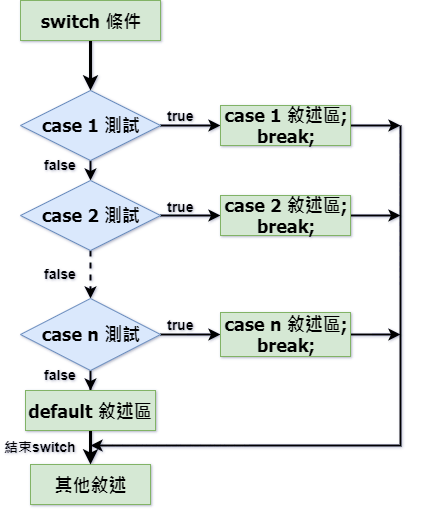
Zrn-coding/notebook keeps this draw.io diagram as switch.png. Above is the earlier version. Source tidied: cells renumbered, new cells last; positions are measured from the earlier drawing's top-left corner, leaving out a move shared by most shapes. Source of this version:
```xml
<mxGraphModel shadow="1">
  <root>
    <mxCell id="0" />
    <mxCell id="1" parent="0" />
    <mxCell id="2" style="edgeStyle=orthogonalEdgeStyle;rounded=0;jettySize=auto;html=1;entryX=0.5;entryY=0;entryDx=0;entryDy=0;strokeWidth=2;" parent="1" edge="1" source="4" target="8">
      <mxGeometry relative="1" as="geometry">
        <Array as="points">
          <mxPoint x="90" y="175" />
        </Array>
      </mxGeometry>
    </mxCell>
    <mxCell id="3" style="edgeStyle=orthogonalEdgeStyle;rounded=0;jettySize=auto;html=1;entryX=0;entryY=0.5;entryDx=0;entryDy=0;strokeWidth=2;" parent="1" edge="1" source="4" target="10">
      <mxGeometry relative="1" as="geometry" />
    </mxCell>
    <mxCell id="4" value="&lt;font face=&quot;Tahoma&quot;&gt;&lt;span style=&quot;font-size: 18px&quot;&gt;&lt;b&gt;case 1 測試&lt;/b&gt;&lt;/span&gt;&lt;/font&gt;" style="rhombus;whiteSpace=wrap;html=1;fontFamily=新細明體;fontSize=15;fontStyle=0;fillColor=#dae8fc;strokeColor=#6c8ebf;" parent="1" vertex="1">
      <mxGeometry x="20" y="90" width="140" height="70" as="geometry" />
    </mxCell>
    <mxCell id="5" style="endArrow=classic;html=1;fontFamily=新細明體;fontSize=15;entryX=0.5;entryY=0;entryDx=0;entryDy=0;rounded=1;strokeWidth=3;" parent="1" edge="1" target="4">
      <mxGeometry relative="1" as="geometry">
        <mxPoint x="90" y="40" as="sourcePoint" />
      </mxGeometry>
    </mxCell>
    <mxCell id="6" style="edgeStyle=orthogonalEdgeStyle;rounded=0;jettySize=auto;html=1;exitX=1;exitY=0.5;exitDx=0;exitDy=0;entryX=0;entryY=0.5;entryDx=0;entryDy=0;strokeWidth=2;" parent="1" edge="1" source="8" target="15">
      <mxGeometry relative="1" as="geometry" />
    </mxCell>
    <mxCell id="7" style="edgeStyle=orthogonalEdgeStyle;rounded=0;jettySize=auto;html=1;entryX=0.5;entryY=0;entryDx=0;entryDy=0;strokeWidth=2;dashed=1;" parent="1" edge="1" source="8" target="19">
      <mxGeometry relative="1" as="geometry" />
    </mxCell>
    <mxCell id="8" value="&lt;font face=&quot;Tahoma&quot;&gt;&lt;span style=&quot;font-size: 18px&quot;&gt;&lt;b&gt;case 2 測試&lt;/b&gt;&lt;/span&gt;&lt;/font&gt;" style="rhombus;whiteSpace=wrap;html=1;fontFamily=新細明體;fontSize=15;fontStyle=0;fillColor=#dae8fc;strokeColor=#6c8ebf;" parent="1" vertex="1">
      <mxGeometry x="20" y="180" width="140" height="70" as="geometry" />
    </mxCell>
    <mxCell id="9" style="edgeStyle=orthogonalEdgeStyle;rounded=0;jettySize=auto;html=1;strokeWidth=2;" parent="1" edge="1" source="10">
      <mxGeometry relative="1" as="geometry">
        <mxPoint x="400" y="125" as="targetPoint" />
      </mxGeometry>
    </mxCell>
    <mxCell id="10" value="&lt;font face=&quot;Tahoma&quot;&gt;&lt;span style=&quot;font-size: 18px&quot;&gt;&lt;b&gt;case 1 敘述區;&lt;br&gt;break;&lt;br&gt;&lt;/b&gt;&lt;/span&gt;&lt;/font&gt;" style="rounded=0;whiteSpace=wrap;html=1;fillColor=#d5e8d4;strokeColor=#82b366;" parent="1" vertex="1">
      <mxGeometry x="220" y="105" width="130" height="40" as="geometry" />
    </mxCell>
    <mxCell id="11" value="&lt;font face=&quot;Tahoma&quot;&gt;&lt;span style=&quot;font-size: 18px&quot;&gt;&lt;b&gt;其他敘述&lt;/b&gt;&lt;/span&gt;&lt;/font&gt;" style="rounded=0;whiteSpace=wrap;html=1;fillColor=#d5e8d4;strokeColor=#82b366;" parent="1" vertex="1">
      <mxGeometry x="30" y="464" width="120" height="40" as="geometry" />
    </mxCell>
    <mxCell id="12" value="&lt;font size=&quot;1&quot;&gt;&lt;b&gt;結束switch&lt;/b&gt;&lt;/font&gt;" style="text;html=1;align=center;verticalAlign=bottom;spacingTop=-4;horizontal=1;spacing=-2;" parent="1" vertex="1">
      <mxGeometry y="442" width="80" height="10" as="geometry" />
    </mxCell>
    <mxCell id="13" style="edgeStyle=orthogonalEdgeStyle;rounded=0;jettySize=auto;html=1;entryX=0.5;entryY=0;entryDx=0;entryDy=0;strokeWidth=3;exitX=0.5;exitY=1;exitDx=0;exitDy=0;" parent="1" edge="1" source="22" target="11">
      <mxGeometry relative="1" as="geometry">
        <Array as="points">
          <mxPoint x="90" y="452" />
        </Array>
      </mxGeometry>
    </mxCell>
    <mxCell id="14" style="edgeStyle=orthogonalEdgeStyle;rounded=0;jettySize=auto;html=1;exitX=1;exitY=0.5;exitDx=0;exitDy=0;strokeWidth=2;" parent="1" edge="1" source="15">
      <mxGeometry relative="1" as="geometry">
        <mxPoint x="400" y="215" as="targetPoint" />
      </mxGeometry>
    </mxCell>
    <mxCell id="15" value="&lt;font face=&quot;Tahoma&quot;&gt;&lt;span style=&quot;font-size: 18px&quot;&gt;&lt;b&gt;case 2 敘述區;&lt;br&gt;break;&lt;br&gt;&lt;/b&gt;&lt;/span&gt;&lt;/font&gt;" style="rounded=0;whiteSpace=wrap;html=1;fillColor=#d5e8d4;strokeColor=#82b366;" parent="1" vertex="1">
      <mxGeometry x="220" y="195" width="130" height="40" as="geometry" />
    </mxCell>
    <mxCell id="16" value="&lt;font face=&quot;Tahoma&quot;&gt;&lt;span style=&quot;font-size: 18px&quot;&gt;&lt;b&gt;switch 條件&lt;/b&gt;&lt;/span&gt;&lt;/font&gt;" style="rounded=0;whiteSpace=wrap;html=1;fillColor=#d5e8d4;strokeColor=#82b366;" parent="1" vertex="1">
      <mxGeometry x="20" width="140" height="40" as="geometry" />
    </mxCell>
    <mxCell id="17" style="edgeStyle=orthogonalEdgeStyle;rounded=0;jettySize=auto;html=1;exitX=1;exitY=0.5;exitDx=0;exitDy=0;entryX=0;entryY=0.5;entryDx=0;entryDy=0;strokeWidth=2;" parent="1" edge="1" source="19" target="21">
      <mxGeometry relative="1" as="geometry" />
    </mxCell>
    <mxCell id="18" style="edgeStyle=orthogonalEdgeStyle;rounded=0;jettySize=auto;html=1;strokeWidth=2;" parent="1" edge="1" source="19" target="22">
      <mxGeometry relative="1" as="geometry" />
    </mxCell>
    <mxCell id="19" value="&lt;font face=&quot;Tahoma&quot;&gt;&lt;span style=&quot;font-size: 18px&quot;&gt;&lt;b&gt;case n 測試&lt;/b&gt;&lt;/span&gt;&lt;/font&gt;" style="rhombus;whiteSpace=wrap;html=1;fontFamily=新細明體;fontSize=15;fontStyle=0;fillColor=#dae8fc;strokeColor=#6c8ebf;" parent="1" vertex="1">
      <mxGeometry x="20" y="298" width="140" height="72" as="geometry" />
    </mxCell>
    <mxCell id="20" style="edgeStyle=orthogonalEdgeStyle;rounded=0;jettySize=auto;html=1;strokeWidth=2;" parent="1" edge="1" source="21">
      <mxGeometry relative="1" as="geometry">
        <mxPoint x="400" y="334" as="targetPoint" />
      </mxGeometry>
    </mxCell>
    <mxCell id="21" value="&lt;font face=&quot;Tahoma&quot;&gt;&lt;span style=&quot;font-size: 18px&quot;&gt;&lt;b&gt;case n 敘述區;&lt;br&gt;break;&lt;br&gt;&lt;/b&gt;&lt;/span&gt;&lt;/font&gt;" style="rounded=0;whiteSpace=wrap;html=1;fillColor=#d5e8d4;strokeColor=#82b366;" parent="1" vertex="1">
      <mxGeometry x="220" y="312" width="130" height="44" as="geometry" />
    </mxCell>
    <mxCell id="22" value="&lt;font face=&quot;Tahoma&quot;&gt;&lt;span style=&quot;font-size: 18px&quot;&gt;&lt;b&gt;default 敘述區&lt;/b&gt;&lt;/span&gt;&lt;/font&gt;" style="rounded=0;whiteSpace=wrap;html=1;fillColor=#d5e8d4;strokeColor=#82b366;" parent="1" vertex="1">
      <mxGeometry x="25" y="390" width="130" height="40" as="geometry" />
    </mxCell>
    <mxCell id="23" style="endArrow=classic;html=1;strokeWidth=2;rounded=0;" parent="1" edge="1">
      <mxGeometry relative="1" as="geometry">
        <mxPoint x="400" y="125" as="sourcePoint" />
        <mxPoint x="90" y="445" as="targetPoint" />
        <Array as="points">
          <mxPoint x="400" y="445" />
        </Array>
      </mxGeometry>
    </mxCell>
    <mxCell id="24" value="&lt;font size=&quot;1&quot;&gt;&lt;b&gt;false&lt;/b&gt;&lt;/font&gt;" style="text;html=1;align=center;verticalAlign=bottom;spacingTop=-4;horizontal=1;spacing=-2;" parent="1" vertex="1">
      <mxGeometry x="40" y="370" width="40" height="10" as="geometry" />
    </mxCell>
    <mxCell id="25" value="&lt;font size=&quot;1&quot;&gt;&lt;b&gt;false&lt;/b&gt;&lt;/font&gt;" style="text;html=1;align=center;verticalAlign=bottom;spacingTop=-4;horizontal=1;spacing=-2;" parent="1" vertex="1">
      <mxGeometry x="40" y="269" width="40" height="10" as="geometry" />
    </mxCell>
    <mxCell id="26" value="&lt;font size=&quot;1&quot;&gt;&lt;b&gt;false&lt;/b&gt;&lt;/font&gt;" style="text;html=1;align=center;verticalAlign=bottom;spacingTop=-4;horizontal=1;spacing=-2;" parent="1" vertex="1">
      <mxGeometry x="40" y="160" width="40" height="10" as="geometry" />
    </mxCell>
    <mxCell id="27" value="&lt;font size=&quot;1&quot;&gt;&lt;b&gt;true&lt;/b&gt;&lt;/font&gt;" style="text;html=1;align=center;verticalAlign=bottom;spacingTop=-4;horizontal=1;spacing=-8;" parent="1" vertex="1">
      <mxGeometry x="160" y="105" width="40" height="10" as="geometry" />
    </mxCell>
    <mxCell id="28" value="&lt;font size=&quot;1&quot;&gt;&lt;b&gt;true&lt;/b&gt;&lt;/font&gt;" style="text;html=1;align=center;verticalAlign=bottom;spacingTop=-4;horizontal=1;spacing=-2;" parent="1" vertex="1">
      <mxGeometry x="160" y="201.5" width="40" height="10" as="geometry" />
    </mxCell>
    <mxCell id="29" value="&lt;font size=&quot;1&quot;&gt;&lt;b&gt;true&lt;/b&gt;&lt;/font&gt;" style="text;html=1;align=center;verticalAlign=bottom;spacingTop=-4;horizontal=1;spacing=-2;" parent="1" vertex="1">
      <mxGeometry x="160" y="320" width="40" height="10" as="geometry" />
    </mxCell>
  </root>
</mxGraphModel>
```
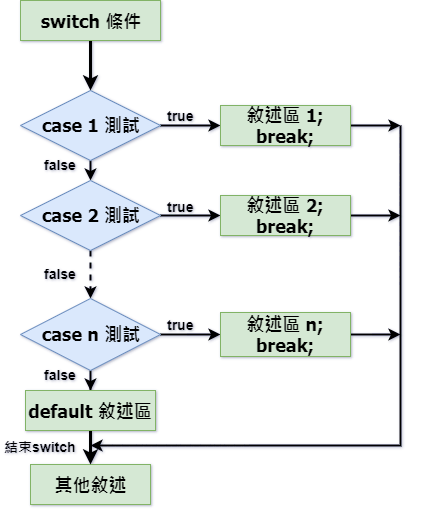
Later version of the same file.

Diff of the diagram source:
```diff
@@ -34,7 +34,7 @@
         <mxPoint x="400" y="125" as="targetPoint" />
       </mxGeometry>
     </mxCell>
-    <mxCell id="10" value="&lt;font face=&quot;Tahoma&quot;&gt;&lt;span style=&quot;font-size: 18px&quot;&gt;&lt;b&gt;case 1 敘述區;&lt;br&gt;break;&lt;br&gt;&lt;/b&gt;&lt;/span&gt;&lt;/font&gt;" style="rounded=0;whiteSpace=wrap;html=1;fillColor=#d5e8d4;strokeColor=#82b366;" parent="1" vertex="1">
+    <mxCell id="10" value="&lt;font face=&quot;Tahoma&quot;&gt;&lt;span style=&quot;font-size: 18px&quot;&gt;&lt;b&gt;敘述區 1;&lt;br&gt;break;&lt;br&gt;&lt;/b&gt;&lt;/span&gt;&lt;/font&gt;" style="rounded=0;whiteSpace=wrap;html=1;fillColor=#d5e8d4;strokeColor=#82b366;" parent="1" vertex="1">
       <mxGeometry x="220" y="105" width="130" height="40" as="geometry" />
     </mxCell>
     <mxCell id="11" value="&lt;font face=&quot;Tahoma&quot;&gt;&lt;span style=&quot;font-size: 18px&quot;&gt;&lt;b&gt;其他敘述&lt;/b&gt;&lt;/span&gt;&lt;/font&gt;" style="rounded=0;whiteSpace=wrap;html=1;fillColor=#d5e8d4;strokeColor=#82b366;" parent="1" vertex="1">
@@ -55,7 +55,7 @@
         <mxPoint x="400" y="215" as="targetPoint" />
       </mxGeometry>
     </mxCell>
-    <mxCell id="15" value="&lt;font face=&quot;Tahoma&quot;&gt;&lt;span style=&quot;font-size: 18px&quot;&gt;&lt;b&gt;case 2 敘述區;&lt;br&gt;break;&lt;br&gt;&lt;/b&gt;&lt;/span&gt;&lt;/font&gt;" style="rounded=0;whiteSpace=wrap;html=1;fillColor=#d5e8d4;strokeColor=#82b366;" parent="1" vertex="1">
+    <mxCell id="15" value="&lt;font face=&quot;Tahoma&quot;&gt;&lt;span style=&quot;font-size: 18px&quot;&gt;&lt;b&gt;敘述區 2;&lt;br&gt;break;&lt;br&gt;&lt;/b&gt;&lt;/span&gt;&lt;/font&gt;" style="rounded=0;whiteSpace=wrap;html=1;fillColor=#d5e8d4;strokeColor=#82b366;" parent="1" vertex="1">
       <mxGeometry x="220" y="195" width="130" height="40" as="geometry" />
     </mxCell>
     <mxCell id="16" value="&lt;font face=&quot;Tahoma&quot;&gt;&lt;span style=&quot;font-size: 18px&quot;&gt;&lt;b&gt;switch 條件&lt;/b&gt;&lt;/span&gt;&lt;/font&gt;" style="rounded=0;whiteSpace=wrap;html=1;fillColor=#d5e8d4;strokeColor=#82b366;" parent="1" vertex="1">
@@ -75,7 +75,7 @@
         <mxPoint x="400" y="334" as="targetPoint" />
       </mxGeometry>
     </mxCell>
-    <mxCell id="21" value="&lt;font face=&quot;Tahoma&quot;&gt;&lt;span style=&quot;font-size: 18px&quot;&gt;&lt;b&gt;case n 敘述區;&lt;br&gt;break;&lt;br&gt;&lt;/b&gt;&lt;/span&gt;&lt;/font&gt;" style="rounded=0;whiteSpace=wrap;html=1;fillColor=#d5e8d4;strokeColor=#82b366;" parent="1" vertex="1">
+    <mxCell id="21" value="&lt;font face=&quot;Tahoma&quot;&gt;&lt;span style=&quot;font-size: 18px&quot;&gt;&lt;b&gt;敘述區 n;&lt;br&gt;break;&lt;br&gt;&lt;/b&gt;&lt;/span&gt;&lt;/font&gt;" style="rounded=0;whiteSpace=wrap;html=1;fillColor=#d5e8d4;strokeColor=#82b366;" parent="1" vertex="1">
       <mxGeometry x="220" y="312" width="130" height="44" as="geometry" />
     </mxCell>
     <mxCell id="22" value="&lt;font face=&quot;Tahoma&quot;&gt;&lt;span style=&quot;font-size: 18px&quot;&gt;&lt;b&gt;default 敘述區&lt;/b&gt;&lt;/span&gt;&lt;/font&gt;" style="rounded=0;whiteSpace=wrap;html=1;fillColor=#d5e8d4;strokeColor=#82b366;" parent="1" vertex="1">
```
